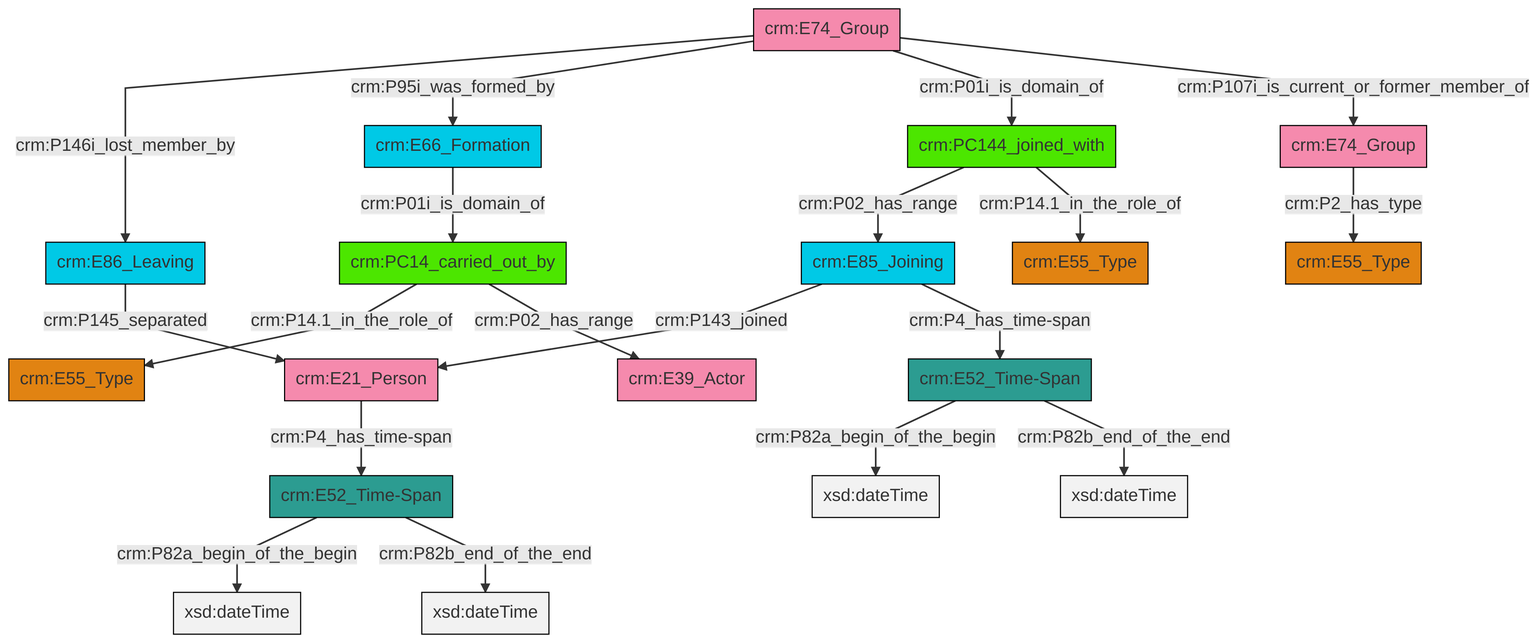
Before: et/groupCSV/ttl/mmd/png/group_actor_relations.png, a diagram exported from Mermaid (swiss-art-research-net/reference-data-models). Its source is kept beside it as et/groupCSV/ttl/mmd/group_actor_relations.ttl.mmd.
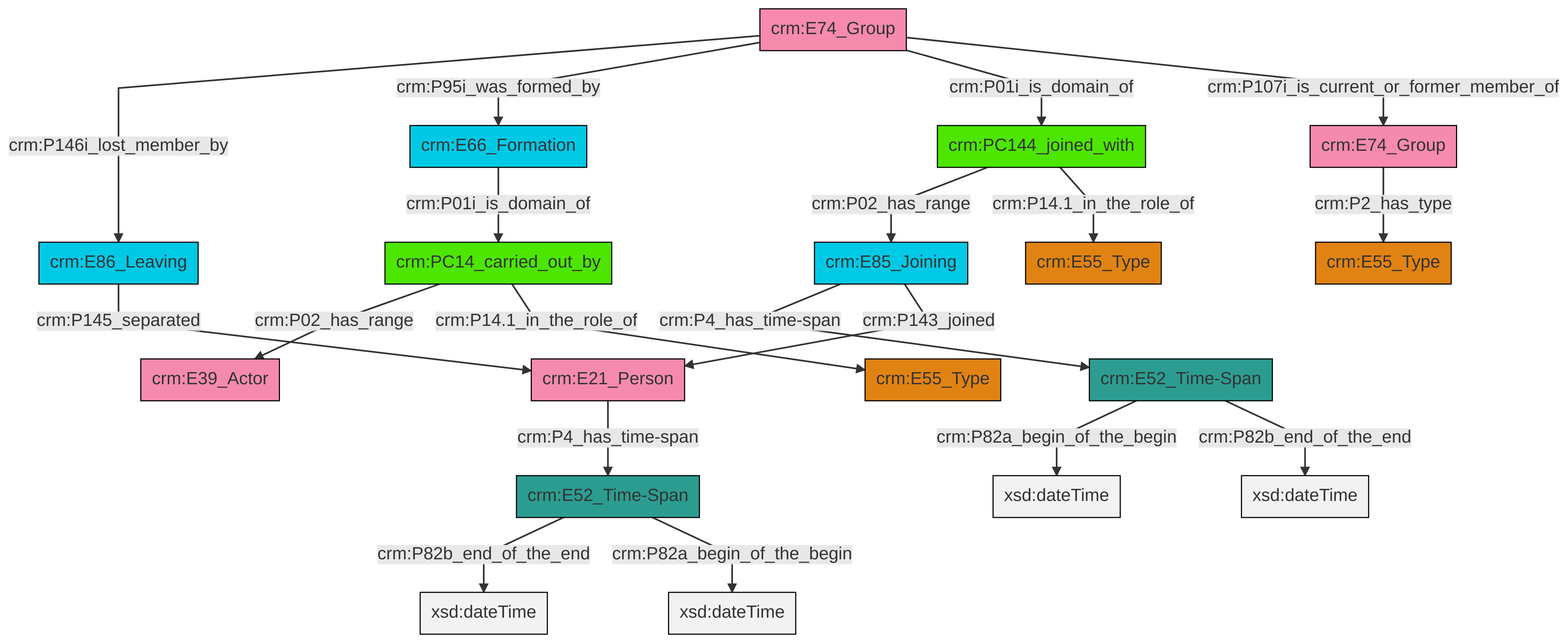
The same file after the commit.

The edit, as a diff of the source:
```diff
@@ -13,21 +13,21 @@
 classDef PC_Classes fill:#4ce600, stroke:#000000;
 classDef Multi fill:#cccccc,stroke:#000000;
 
-0["crm:E52_Time-Span"]:::Time-Span -->|crm:P82a_begin_of_the_begin| 1[xsd:dateTime]:::Literal
-2["crm:E52_Time-Span"]:::Time-Span -->|crm:P82a_begin_of_the_begin| 3[xsd:dateTime]:::Literal
-4["crm:E74_Group"]:::Actor -->|crm:P146i_lost_member_by| 5["crm:E86_Leaving"]:::Temporal_Entity
-8["crm:E85_Joining"]:::Temporal_Entity -->|crm:P143_joined| 15["crm:E21_Person"]:::Actor
-2["crm:E52_Time-Span"]:::Time-Span -->|crm:P82b_end_of_the_end| 16[xsd:dateTime]:::Literal
-6["crm:E74_Group"]:::Actor -->|crm:P2_has_type| 11["crm:E55_Type"]:::Type
-4["crm:E74_Group"]:::Actor -->|crm:P95i_was_formed_by| 20["crm:E66_Formation"]:::Temporal_Entity
-22["crm:PC144_joined_with"]:::PC_Classes -->|crm:P02_has_range| 8["crm:E85_Joining"]:::Temporal_Entity
-4["crm:E74_Group"]:::Actor -->|crm:P01i_is_domain_of| 22["crm:PC144_joined_with"]:::PC_Classes
-5["crm:E86_Leaving"]:::Temporal_Entity -->|crm:P145_separated| 15["crm:E21_Person"]:::Actor
-22["crm:PC144_joined_with"]:::PC_Classes -->|crm:P14.1_in_the_role_of| 18["crm:E55_Type"]:::Type
-24["crm:PC14_carried_out_by"]:::PC_Classes -->|crm:P14.1_in_the_role_of| 13["crm:E55_Type"]:::Type
-15["crm:E21_Person"]:::Actor -->|crm:P4_has_time-span| 0["crm:E52_Time-Span"]:::Time-Span
-4["crm:E74_Group"]:::Actor -->|crm:P107i_is_current_or_former_member_of| 6["crm:E74_Group"]:::Actor
-20["crm:E66_Formation"]:::Temporal_Entity -->|crm:P01i_is_domain_of| 24["crm:PC14_carried_out_by"]:::PC_Classes
-0["crm:E52_Time-Span"]:::Time-Span -->|crm:P82b_end_of_the_end| 31[xsd:dateTime]:::Literal
-24["crm:PC14_carried_out_by"]:::PC_Classes -->|crm:P02_has_range| 27["crm:E39_Actor"]:::Actor
-8["crm:E85_Joining"]:::Temporal_Entity -->|crm:P4_has_time-span| 2["crm:E52_Time-Span"]:::Time-Span
+0["crm:E66_Formation"]:::Temporal_Entity -->|crm:P01i_is_domain_of| 1["crm:PC14_carried_out_by"]:::PC_Classes
+5["crm:E52_Time-Span"]:::Time-Span -->|crm:P82a_begin_of_the_begin| 6[xsd:dateTime]:::Literal
+11["crm:E74_Group"]:::Actor -->|crm:P146i_lost_member_by| 9["crm:E86_Leaving"]:::Temporal_Entity
+1["crm:PC14_carried_out_by"]:::PC_Classes -->|crm:P02_has_range| 12["crm:E39_Actor"]:::Actor
+13["crm:E52_Time-Span"]:::Time-Span -->|crm:P82b_end_of_the_end| 15[xsd:dateTime]:::Literal
+1["crm:PC14_carried_out_by"]:::PC_Classes -->|crm:P14.1_in_the_role_of| 18["crm:E55_Type"]:::Type
+5["crm:E52_Time-Span"]:::Time-Span -->|crm:P82b_end_of_the_end| 19[xsd:dateTime]:::Literal
+9["crm:E86_Leaving"]:::Temporal_Entity -->|crm:P145_separated| 16["crm:E21_Person"]:::Actor
+16["crm:E21_Person"]:::Actor -->|crm:P4_has_time-span| 13["crm:E52_Time-Span"]:::Time-Span
+21["crm:PC144_joined_with"]:::PC_Classes -->|crm:P02_has_range| 22["crm:E85_Joining"]:::Temporal_Entity
+11["crm:E74_Group"]:::Actor -->|crm:P95i_was_formed_by| 0["crm:E66_Formation"]:::Temporal_Entity
+22["crm:E85_Joining"]:::Temporal_Entity -->|crm:P4_has_time-span| 5["crm:E52_Time-Span"]:::Time-Span
+13["crm:E52_Time-Span"]:::Time-Span -->|crm:P82a_begin_of_the_begin| 30[xsd:dateTime]:::Literal
+21["crm:PC144_joined_with"]:::PC_Classes -->|crm:P14.1_in_the_role_of| 26["crm:E55_Type"]:::Type
+11["crm:E74_Group"]:::Actor -->|crm:P01i_is_domain_of| 21["crm:PC144_joined_with"]:::PC_Classes
+22["crm:E85_Joining"]:::Temporal_Entity -->|crm:P143_joined| 16["crm:E21_Person"]:::Actor
+11["crm:E74_Group"]:::Actor -->|crm:P107i_is_current_or_former_member_of| 2["crm:E74_Group"]:::Actor
+2["crm:E74_Group"]:::Actor -->|crm:P2_has_type| 7["crm:E55_Type"]:::Type
```
